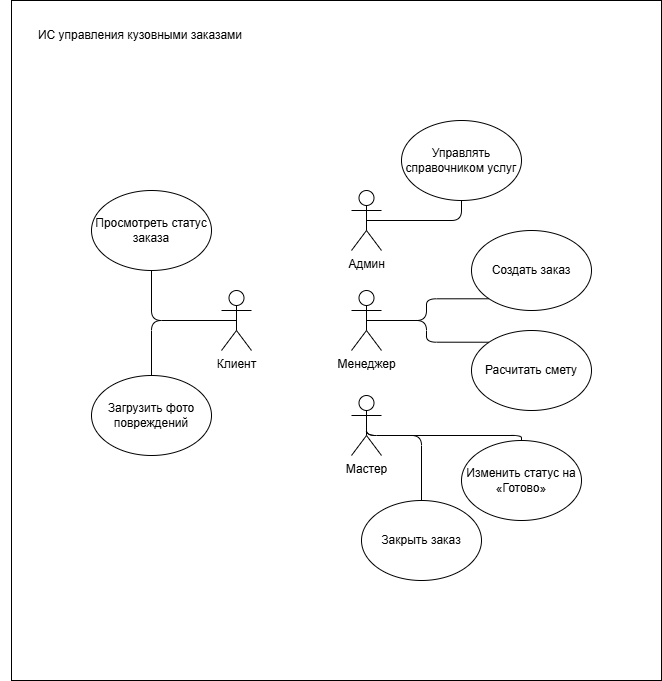
Before: docs/use-case.png, a diagram exported from draw.io (sixxxense/body-shop-orders). Source tidied: cells renumbered, new cells last; positions are measured from the earlier drawing's top-left corner, leaving out a move shared by most shapes. The source it was exported from:
```xml
<mxGraphModel>
  <root>
    <mxCell id="0" />
    <mxCell id="1" parent="0" />
    <mxCell id="2" style="html=1;whiteSpace=wrap;" parent="1" vertex="1">
      <mxGeometry x="11" width="650" height="680" as="geometry" />
    </mxCell>
    <mxCell id="3" style="edgeStyle=orthogonalEdgeStyle;rounded=1;jettySize=auto;html=1;exitX=0.5;exitY=0.5;exitDx=0;exitDy=0;exitPerimeter=0;entryX=0.5;entryY=1;entryDx=0;entryDy=0;curved=0;endArrow=none;startFill=0;" parent="1" edge="1" source="5" target="13">
      <mxGeometry relative="1" as="geometry" />
    </mxCell>
    <mxCell id="4" style="edgeStyle=orthogonalEdgeStyle;rounded=1;jettySize=auto;html=1;exitX=0.5;exitY=0.5;exitDx=0;exitDy=0;exitPerimeter=0;entryX=0.5;entryY=0;entryDx=0;entryDy=0;strokeColor=default;curved=0;startArrow=none;startFill=0;endArrow=none;" parent="1" edge="1" source="5" target="16">
      <mxGeometry relative="1" as="geometry" />
    </mxCell>
    <mxCell id="5" value="Клиент" style="shape=umlActor;verticalLabelPosition=bottom;verticalAlign=top;html=1;" parent="1" vertex="1">
      <mxGeometry x="221" y="290" width="30" height="60" as="geometry" />
    </mxCell>
    <mxCell id="6" style="edgeStyle=orthogonalEdgeStyle;rounded=1;jettySize=auto;html=1;exitX=0.5;exitY=0.5;exitDx=0;exitDy=0;exitPerimeter=0;entryX=0.5;entryY=0;entryDx=0;entryDy=0;endArrow=none;startFill=0;curved=0;" parent="1" edge="1" source="8" target="17">
      <mxGeometry relative="1" as="geometry">
        <Array as="points">
          <mxPoint x="521" y="435" />
        </Array>
      </mxGeometry>
    </mxCell>
    <mxCell id="7" style="edgeStyle=orthogonalEdgeStyle;rounded=1;jettySize=auto;html=1;exitX=0.5;exitY=0.5;exitDx=0;exitDy=0;exitPerimeter=0;entryX=0.5;entryY=0;entryDx=0;entryDy=0;curved=0;endArrow=none;startFill=0;" parent="1" edge="1" source="8" target="21">
      <mxGeometry relative="1" as="geometry">
        <Array as="points">
          <mxPoint x="421" y="435" />
        </Array>
      </mxGeometry>
    </mxCell>
    <mxCell id="8" value="Мастер" style="shape=umlActor;verticalLabelPosition=bottom;verticalAlign=top;html=1;" parent="1" vertex="1">
      <mxGeometry x="351" y="395" width="30" height="60" as="geometry" />
    </mxCell>
    <mxCell id="9" style="edgeStyle=orthogonalEdgeStyle;rounded=1;jettySize=auto;html=1;exitX=0.5;exitY=0.5;exitDx=0;exitDy=0;exitPerimeter=0;entryX=0;entryY=1;entryDx=0;entryDy=0;endArrow=none;startFill=0;curved=0;" parent="1" edge="1" source="11" target="12">
      <mxGeometry relative="1" as="geometry" />
    </mxCell>
    <mxCell id="10" style="edgeStyle=orthogonalEdgeStyle;rounded=1;jettySize=auto;html=1;exitX=0.5;exitY=0.5;exitDx=0;exitDy=0;exitPerimeter=0;entryX=0;entryY=0;entryDx=0;entryDy=0;endArrow=none;startFill=0;curved=0;" parent="1" edge="1" source="11" target="14">
      <mxGeometry relative="1" as="geometry" />
    </mxCell>
    <mxCell id="11" value="Менеджер" style="shape=umlActor;verticalLabelPosition=bottom;verticalAlign=top;html=1;" parent="1" vertex="1">
      <mxGeometry x="351" y="290" width="30" height="60" as="geometry" />
    </mxCell>
    <mxCell id="12" value="Создать заказ" style="ellipse;whiteSpace=wrap;html=1;" parent="1" vertex="1">
      <mxGeometry x="471" y="230" width="120" height="80" as="geometry" />
    </mxCell>
    <mxCell id="13" value="Просмотреть статус заказа" style="ellipse;whiteSpace=wrap;html=1;" parent="1" vertex="1">
      <mxGeometry x="91" y="190" width="120" height="80" as="geometry" />
    </mxCell>
    <mxCell id="14" value="Расчитать смету" style="ellipse;whiteSpace=wrap;html=1;" parent="1" vertex="1">
      <mxGeometry x="471" y="330" width="120" height="80" as="geometry" />
    </mxCell>
    <mxCell id="15" value="Управлять справочником услуг" style="ellipse;whiteSpace=wrap;html=1;" parent="1" vertex="1">
      <mxGeometry x="401" y="120" width="120" height="80" as="geometry" />
    </mxCell>
    <mxCell id="16" value="Загрузить фото повреждений" style="ellipse;whiteSpace=wrap;html=1;" parent="1" vertex="1">
      <mxGeometry x="91" y="375" width="120" height="80" as="geometry" />
    </mxCell>
    <mxCell id="17" value="Изменить статус на «Готово»" style="ellipse;whiteSpace=wrap;html=1;" parent="1" vertex="1">
      <mxGeometry x="461" y="440" width="120" height="80" as="geometry" />
    </mxCell>
    <mxCell id="18" style="rounded=1;jettySize=auto;html=1;exitX=0.5;exitY=0.5;exitDx=0;exitDy=0;exitPerimeter=0;entryX=0.5;entryY=1;entryDx=0;entryDy=0;edgeStyle=orthogonalEdgeStyle;endArrow=none;startFill=0;curved=0;" parent="1" edge="1" source="19" target="15">
      <mxGeometry relative="1" as="geometry" />
    </mxCell>
    <mxCell id="19" value="Админ&lt;div&gt;&lt;br&gt;&lt;/div&gt;" style="shape=umlActor;verticalLabelPosition=bottom;verticalAlign=top;html=1;" parent="1" vertex="1">
      <mxGeometry x="351" y="190" width="30" height="60" as="geometry" />
    </mxCell>
    <mxCell id="20" value="ИС управления кузовными заказами" style="text;html=1;align=center;verticalAlign=middle;whiteSpace=wrap;rounded=0;" parent="1" vertex="1">
      <mxGeometry y="20" width="280" height="30" as="geometry" />
    </mxCell>
    <mxCell id="21" value="Закрыть заказ" style="ellipse;whiteSpace=wrap;html=1;" parent="1" vertex="1">
      <mxGeometry x="361" y="500" width="120" height="80" as="geometry" />
    </mxCell>
  </root>
</mxGraphModel>
```
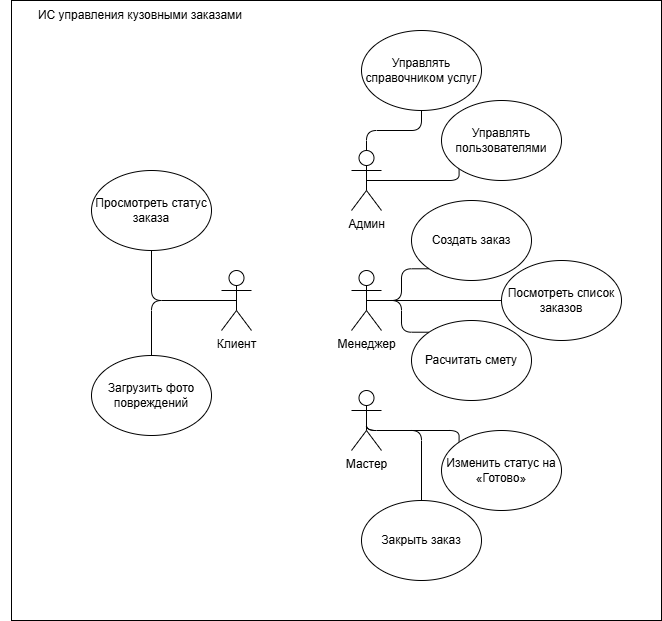
Later version of the same file.

Commit message:
docs: update use-case diagram

What changed in the source:
```diff
@@ -3,7 +3,7 @@
     <mxCell id="0" />
     <mxCell id="1" parent="0" />
     <mxCell id="2" style="html=1;whiteSpace=wrap;" parent="1" vertex="1">
-      <mxGeometry x="11" width="650" height="680" as="geometry" />
+      <mxGeometry x="11" y="20" width="650" height="620" as="geometry" />
     </mxCell>
     <mxCell id="3" style="edgeStyle=orthogonalEdgeStyle;rounded=1;jettySize=auto;html=1;exitX=0.5;exitY=0.5;exitDx=0;exitDy=0;exitPerimeter=0;entryX=0.5;entryY=1;entryDx=0;entryDy=0;curved=0;endArrow=none;startFill=0;" parent="1" edge="1" source="5" target="13">
       <mxGeometry relative="1" as="geometry" />
@@ -14,22 +14,25 @@
     <mxCell id="5" value="Клиент" style="shape=umlActor;verticalLabelPosition=bottom;verticalAlign=top;html=1;" parent="1" vertex="1">
       <mxGeometry x="221" y="290" width="30" height="60" as="geometry" />
     </mxCell>
-    <mxCell id="6" style="edgeStyle=orthogonalEdgeStyle;rounded=1;jettySize=auto;html=1;exitX=0.5;exitY=0.5;exitDx=0;exitDy=0;exitPerimeter=0;entryX=0.5;entryY=0;entryDx=0;entryDy=0;endArrow=none;startFill=0;curved=0;" parent="1" edge="1" source="8" target="17">
+    <mxCell id="6" style="edgeStyle=orthogonalEdgeStyle;rounded=1;jettySize=auto;html=1;exitX=0.5;exitY=0.5;exitDx=0;exitDy=0;exitPerimeter=0;entryX=0;entryY=0;entryDx=0;entryDy=0;endArrow=none;startFill=0;curved=0;" parent="1" edge="1" source="8" target="17">
       <mxGeometry relative="1" as="geometry">
         <Array as="points">
-          <mxPoint x="521" y="435" />
+          <mxPoint x="366" y="450" />
+          <mxPoint x="459" y="450" />
         </Array>
       </mxGeometry>
     </mxCell>
     <mxCell id="7" style="edgeStyle=orthogonalEdgeStyle;rounded=1;jettySize=auto;html=1;exitX=0.5;exitY=0.5;exitDx=0;exitDy=0;exitPerimeter=0;entryX=0.5;entryY=0;entryDx=0;entryDy=0;curved=0;endArrow=none;startFill=0;" parent="1" edge="1" source="8" target="21">
       <mxGeometry relative="1" as="geometry">
         <Array as="points">
-          <mxPoint x="421" y="435" />
+          <mxPoint x="366" y="450" />
+          <mxPoint x="421" y="450" />
+          <mxPoint x="421" y="530" />
         </Array>
       </mxGeometry>
     </mxCell>
     <mxCell id="8" value="Мастер" style="shape=umlActor;verticalLabelPosition=bottom;verticalAlign=top;html=1;" parent="1" vertex="1">
-      <mxGeometry x="351" y="395" width="30" height="60" as="geometry" />
+      <mxGeometry x="351" y="410" width="30" height="60" as="geometry" />
     </mxCell>
     <mxCell id="9" style="edgeStyle=orthogonalEdgeStyle;rounded=1;jettySize=auto;html=1;exitX=0.5;exitY=0.5;exitDx=0;exitDy=0;exitPerimeter=0;entryX=0;entryY=1;entryDx=0;entryDy=0;endArrow=none;startFill=0;curved=0;" parent="1" edge="1" source="11" target="12">
       <mxGeometry relative="1" as="geometry" />
@@ -37,38 +40,54 @@
     <mxCell id="10" style="edgeStyle=orthogonalEdgeStyle;rounded=1;jettySize=auto;html=1;exitX=0.5;exitY=0.5;exitDx=0;exitDy=0;exitPerimeter=0;entryX=0;entryY=0;entryDx=0;entryDy=0;endArrow=none;startFill=0;curved=0;" parent="1" edge="1" source="11" target="14">
       <mxGeometry relative="1" as="geometry" />
     </mxCell>
+    <mxCell id="22" style="edgeStyle=orthogonalEdgeStyle;rounded=1;jettySize=auto;html=1;exitX=0.5;exitY=0.5;exitDx=0;exitDy=0;exitPerimeter=0;entryX=0;entryY=0.5;entryDx=0;entryDy=0;curved=0;endArrow=none;startFill=0;" parent="1" edge="1" source="11" target="24">
+      <mxGeometry relative="1" as="geometry" />
+    </mxCell>
     <mxCell id="11" value="Менеджер" style="shape=umlActor;verticalLabelPosition=bottom;verticalAlign=top;html=1;" parent="1" vertex="1">
       <mxGeometry x="351" y="290" width="30" height="60" as="geometry" />
     </mxCell>
     <mxCell id="12" value="Создать заказ" style="ellipse;whiteSpace=wrap;html=1;" parent="1" vertex="1">
-      <mxGeometry x="471" y="230" width="120" height="80" as="geometry" />
+      <mxGeometry x="411" y="220" width="120" height="80" as="geometry" />
     </mxCell>
     <mxCell id="13" value="Просмотреть статус заказа" style="ellipse;whiteSpace=wrap;html=1;" parent="1" vertex="1">
       <mxGeometry x="91" y="190" width="120" height="80" as="geometry" />
     </mxCell>
     <mxCell id="14" value="Расчитать смету" style="ellipse;whiteSpace=wrap;html=1;" parent="1" vertex="1">
-      <mxGeometry x="471" y="330" width="120" height="80" as="geometry" />
+      <mxGeometry x="411" y="340" width="120" height="80" as="geometry" />
     </mxCell>
     <mxCell id="15" value="Управлять справочником услуг" style="ellipse;whiteSpace=wrap;html=1;" parent="1" vertex="1">
-      <mxGeometry x="401" y="120" width="120" height="80" as="geometry" />
+      <mxGeometry x="361" y="50" width="120" height="80" as="geometry" />
     </mxCell>
     <mxCell id="16" value="Загрузить фото повреждений" style="ellipse;whiteSpace=wrap;html=1;" parent="1" vertex="1">
       <mxGeometry x="91" y="375" width="120" height="80" as="geometry" />
     </mxCell>
     <mxCell id="17" value="Изменить статус на «Готово»" style="ellipse;whiteSpace=wrap;html=1;" parent="1" vertex="1">
-      <mxGeometry x="461" y="440" width="120" height="80" as="geometry" />
+      <mxGeometry x="441" y="450" width="120" height="80" as="geometry" />
     </mxCell>
     <mxCell id="18" style="rounded=1;jettySize=auto;html=1;exitX=0.5;exitY=0.5;exitDx=0;exitDy=0;exitPerimeter=0;entryX=0.5;entryY=1;entryDx=0;entryDy=0;edgeStyle=orthogonalEdgeStyle;endArrow=none;startFill=0;curved=0;" parent="1" edge="1" source="19" target="15">
       <mxGeometry relative="1" as="geometry" />
     </mxCell>
+    <mxCell id="23" style="edgeStyle=orthogonalEdgeStyle;rounded=1;jettySize=auto;html=1;exitX=0.5;exitY=0.5;exitDx=0;exitDy=0;exitPerimeter=0;entryX=0;entryY=1;entryDx=0;entryDy=0;endArrow=none;startFill=0;curved=0;" parent="1" edge="1" source="19" target="25">
+      <mxGeometry relative="1" as="geometry">
+        <Array as="points">
+          <mxPoint x="459" y="200" />
+        </Array>
+      </mxGeometry>
+    </mxCell>
     <mxCell id="19" value="Админ&lt;div&gt;&lt;br&gt;&lt;/div&gt;" style="shape=umlActor;verticalLabelPosition=bottom;verticalAlign=top;html=1;" parent="1" vertex="1">
-      <mxGeometry x="351" y="190" width="30" height="60" as="geometry" />
+      <mxGeometry x="351" y="170" width="30" height="60" as="geometry" />
     </mxCell>
     <mxCell id="20" value="ИС управления кузовными заказами" style="text;html=1;align=center;verticalAlign=middle;whiteSpace=wrap;rounded=0;" parent="1" vertex="1">
       <mxGeometry y="20" width="280" height="30" as="geometry" />
     </mxCell>
     <mxCell id="21" value="Закрыть заказ" style="ellipse;whiteSpace=wrap;html=1;" parent="1" vertex="1">
-      <mxGeometry x="361" y="500" width="120" height="80" as="geometry" />
+      <mxGeometry x="361" y="520" width="120" height="80" as="geometry" />
     </mxCell>
+    <mxCell id="24" value="Посмотреть список заказов" style="ellipse;whiteSpace=wrap;html=1;" parent="1" vertex="1">
+      <mxGeometry x="501" y="280" width="120" height="80" as="geometry" />
+    </mxCell>
+    <mxCell id="25" value="Управлять пользователями" style="ellipse;whiteSpace=wrap;html=1;" parent="1" vertex="1">
+      <mxGeometry x="441" y="120" width="120" height="80" as="geometry" />
+    </mxCell>
   </root>
 </mxGraphModel>
```
